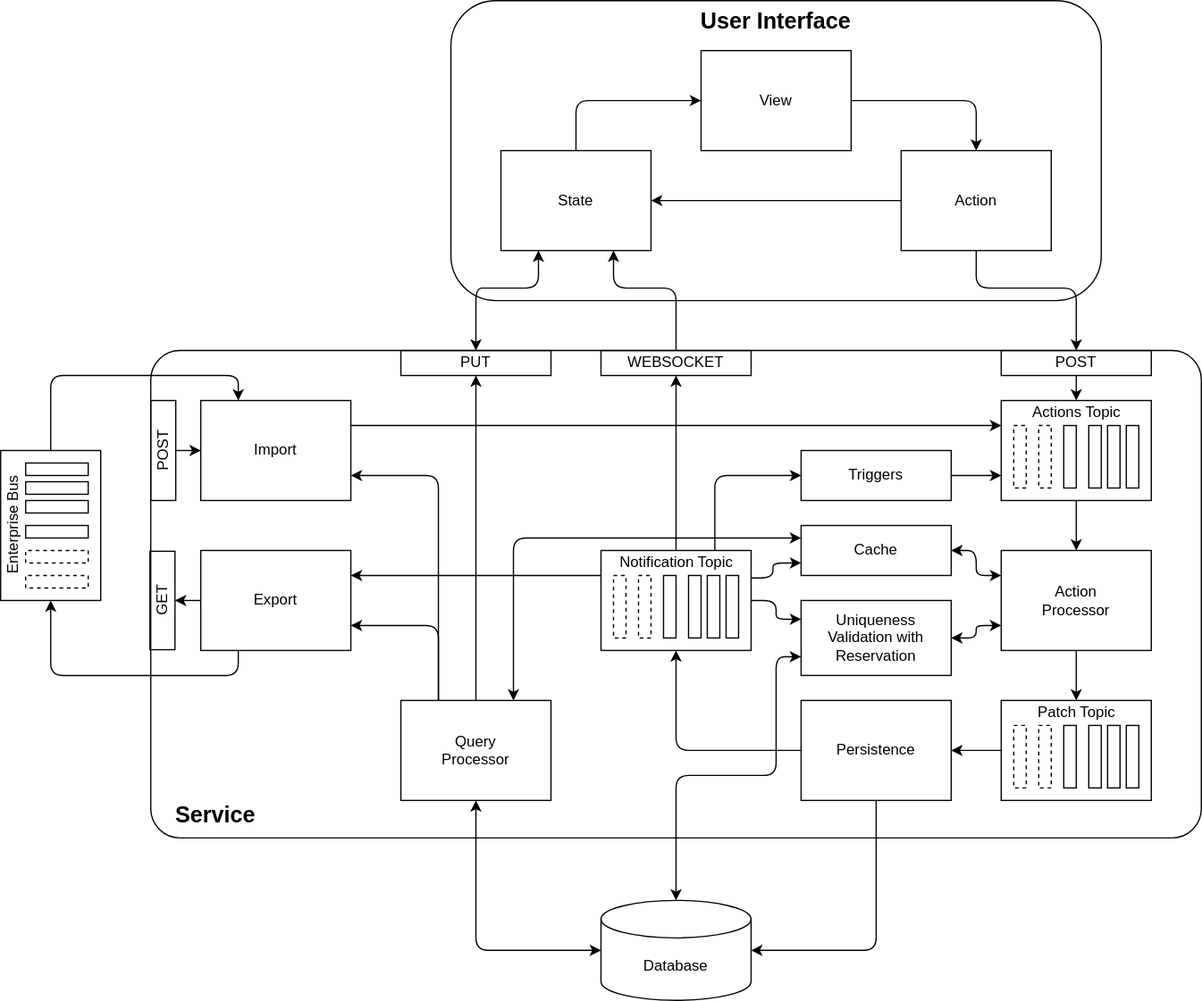
YuriyGorvitovskiy/state-patch-sql keeps this draw.io diagram as architecture-overview.svg. Above is the earlier version. Source tidied: cells renumbered, new cells last; positions are measured from the earlier drawing's top-left corner, leaving out a move shared by most shapes.
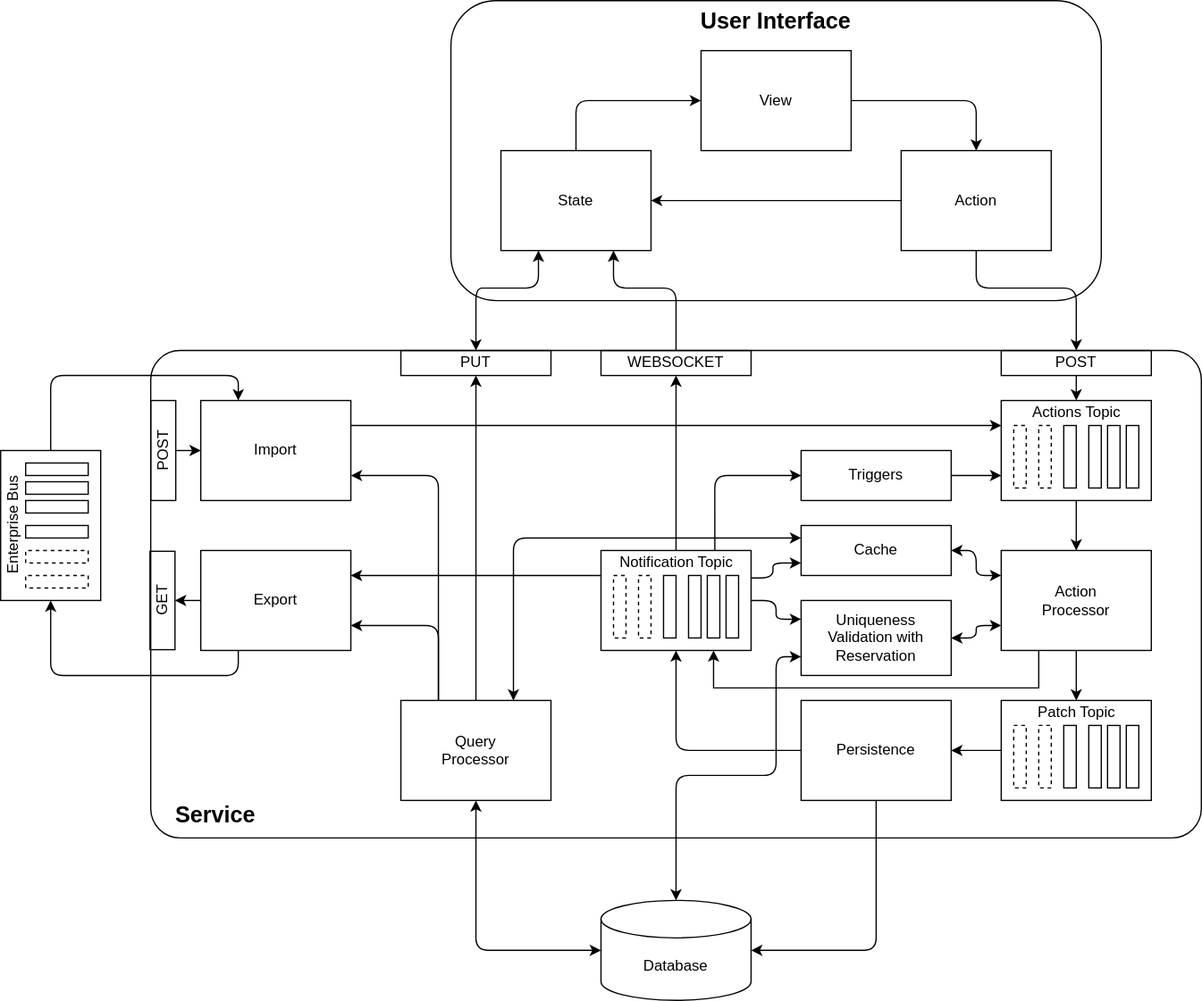
After the commit.

What changed in the source:
```diff
@@ -78,6 +78,14 @@
     <mxCell id="23" style="edgeStyle=orthogonalEdgeStyle;rounded=0;jettySize=auto;html=1;exitX=0.5;exitY=1;exitDx=0;exitDy=0;startArrow=none;startFill=0;fontSize=12;" parent="1" edge="1" source="24" target="33">
       <mxGeometry relative="1" as="geometry" />
     </mxCell>
+    <mxCell id="88" style="edgeStyle=orthogonalEdgeStyle;rounded=0;jettySize=auto;html=1;exitX=0.25;exitY=1;exitDx=0;exitDy=0;entryX=0.75;entryY=1;entryDx=0;entryDy=0;" parent="1" edge="1" source="24" target="77">
+      <mxGeometry relative="1" as="geometry">
+        <Array as="points">
+          <mxPoint x="865" y="550" />
+          <mxPoint x="605" y="550" />
+        </Array>
+      </mxGeometry>
+    </mxCell>
     <mxCell id="24" value="Action&lt;br&gt;Processor" style="whiteSpace=wrap;html=1;fillColor=none;" parent="1" vertex="1">
       <mxGeometry x="835" y="440" width="120" height="80" as="geometry" />
     </mxCell>
```
